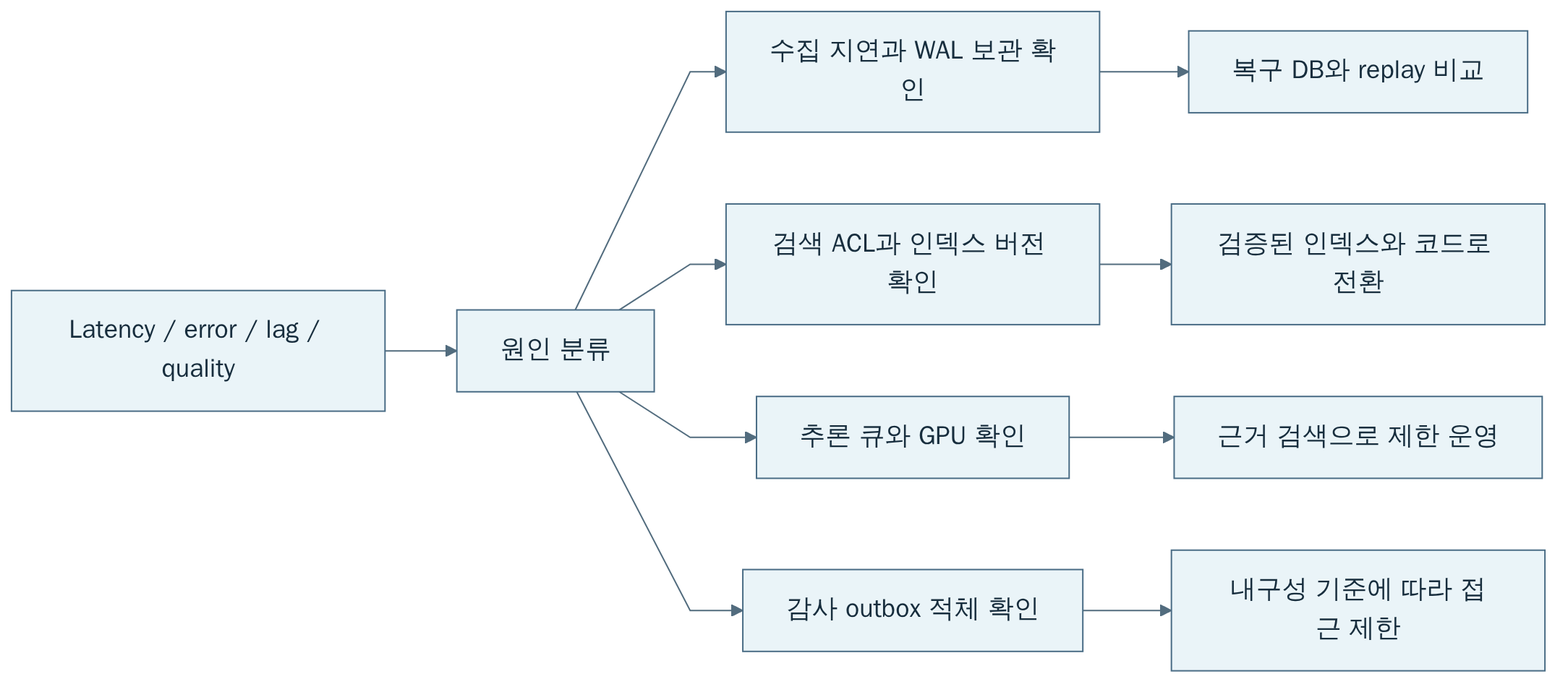
Earlier version of the Mermaid export assets/diagrams/frame-4-3.png (jay-jang/preparing-fde). Its source is kept beside it as assets/diagrams/frame-4-3.mmd.
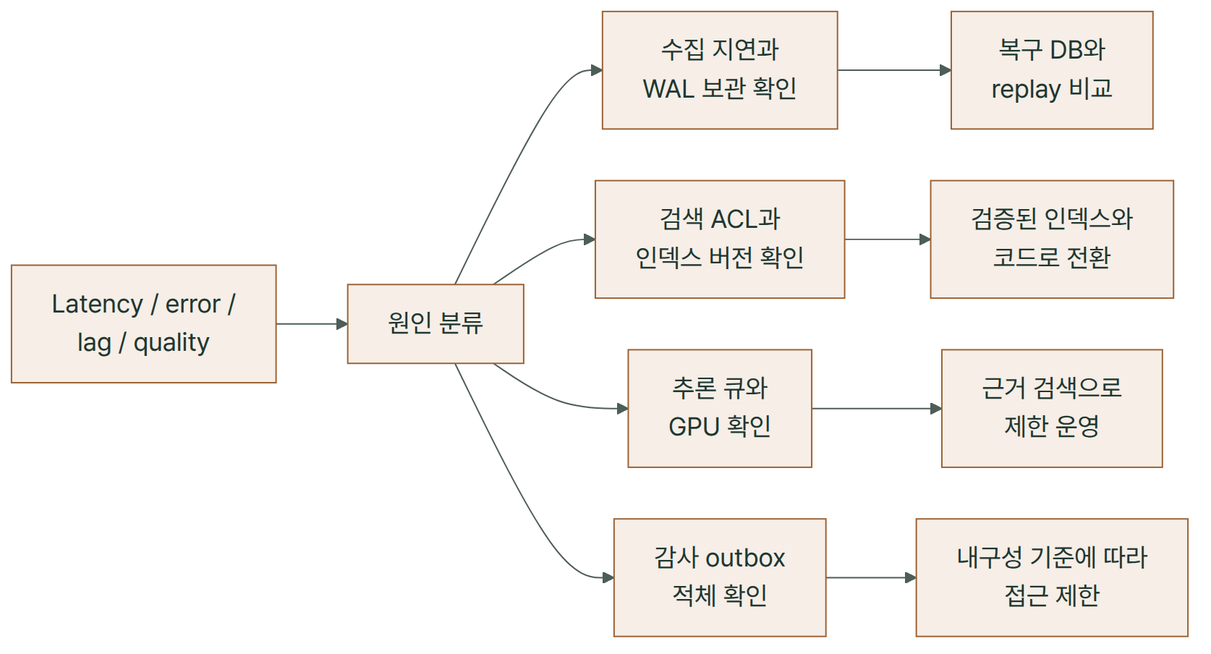
The same diagram one commit later.

What changed in the source:
```diff
@@ -1,10 +1,10 @@
 flowchart LR
-  O["Latency / error / lag / quality"] --> D["원인 분류"]
-  D --> I["수집 지연과 WAL 보관 확인"]
-  D --> R["검색 ACL과 인덱스 버전 확인"]
-  D --> L["추론 큐와 GPU 확인"]
-  D --> A["감사 outbox 적체 확인"]
-  I --> RE["복구 DB와 replay 비교"]
-  R --> RB["검증된 인덱스와 코드로 전환"]
-  L --> FB["근거 검색으로 제한 운영"]
-  A --> STOP["내구성 기준에 따라 접근 제한"]
+  O["Latency / error /<br/>lag / quality"] --> D["원인 분류"]
+  D --> I["수집 지연과<br/>WAL 보관 확인"]
+  D --> R["검색 ACL과<br/>인덱스 버전 확인"]
+  D --> L["추론 큐와<br/>GPU 확인"]
+  D --> A["감사 outbox<br/>적체 확인"]
+  I --> RE["복구 DB와<br/>replay 비교"]
+  R --> RB["검증된 인덱스와<br/>코드로 전환"]
+  L --> FB["근거 검색으로<br/>제한 운영"]
+  A --> STOP["내구성 기준에 따라<br/>접근 제한"]
```
